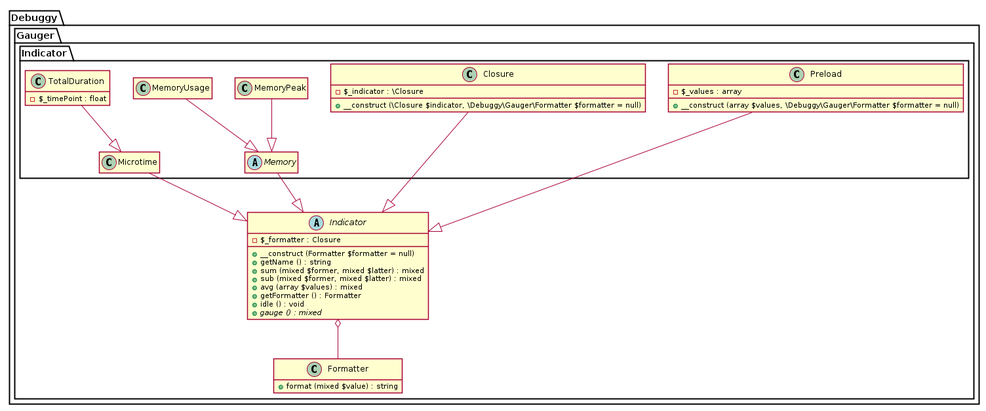
The PlantUML diagram uml/plantuml/indicators.png in dnsl48/gauger, before a commit.
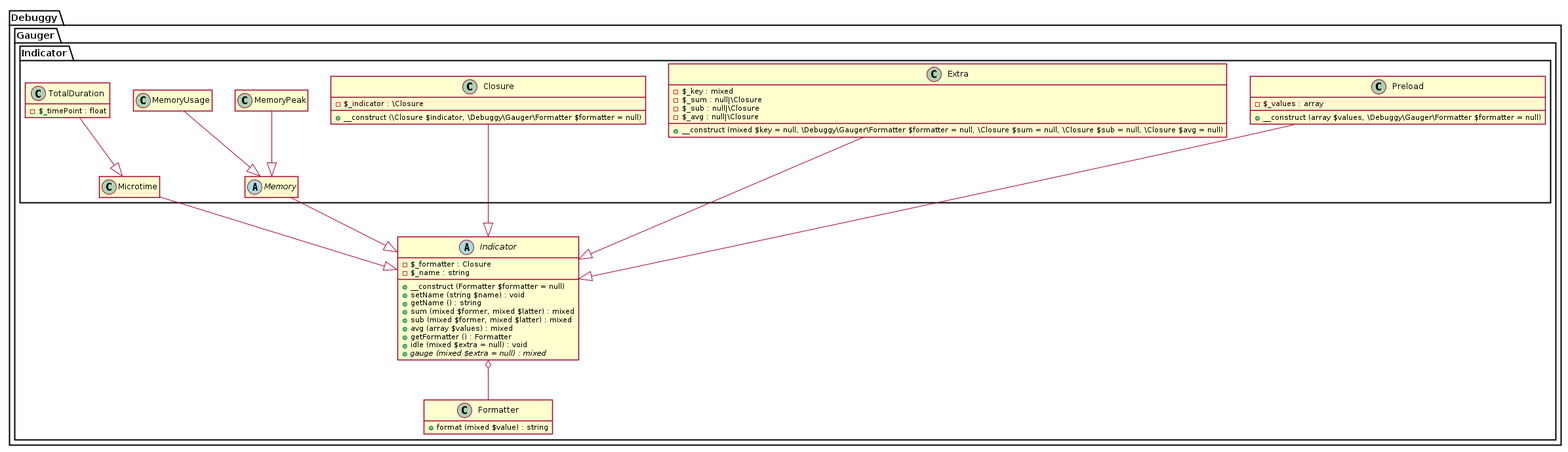
The same file after the commit.

What changed in the source:
```diff
@@ -32,14 +32,16 @@
 	namespace Gauger {
 		abstract class "Indicator" as _Indicator {
 			- $_formatter : Closure
+			- $_name : string
 			+ __construct (Formatter $formatter = null)
+			+ setName (string $name) : void
 			+ getName () : string
 			+ sum (mixed $former, mixed $latter) : mixed
 			+ sub (mixed $former, mixed $latter) : mixed
 			+ avg (array $values) : mixed
 			+ getFormatter () : Formatter
-			+ idle () : void
-			+ {abstract} gauge () : mixed
+			+ idle (mixed $extra = null) : void
+			+ {abstract} gauge (mixed $extra = null) : mixed
 		}
 
 		_Indicator o-- _Formatter
@@ -58,6 +60,17 @@
 			}
 
 			Closure --|> .Gauger._Indicator
+
+
+			class Extra {
+				- $_key : mixed
+				- $_sum : null|\Closure
+				- $_sub : null|\Closure
+				- $_avg : null|\Closure
+				+ __construct (mixed $key = null, \Debuggy\Gauger\Formatter $formatter = null, \Closure $sum = null, \Closure $sub = null, \Closure $avg = null)
+			}
+
+			Extra --|> .Gauger._Indicator
 
 
 			abstract class Memory
```
